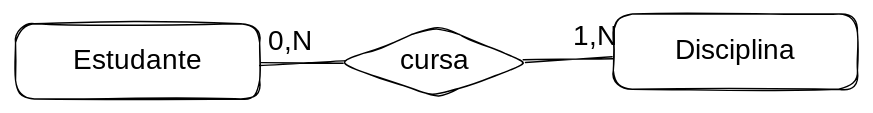
Before: .gitbook/assets/file.excalidraw (3).svg, a diagram exported from Excalidraw (francojoao/gb-banco-de-dados). Source tidied: one line per element, renumbered; positions are measured from the earlier drawing's top-left corner, leaving out a move shared by most shapes.
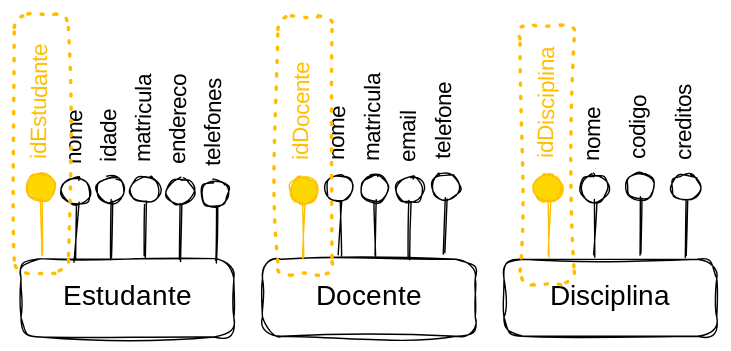
After the change.

The edit, as a diff of the source:
```diff
@@ -1,10 +1,54 @@
-{"id": 0, "type": "rectangle", "strokeColor": "#000000", "strokeWidth": 1, "roughness": 1, "round": true, "x": 0, "y": 7, "width": 175, "height": 54}
+{"id": 10, "type": "rectangle", "strokeColor": "#000000", "strokeWidth": 1, "roughness": 2, "round": true, "x": 349, "y": 202, "width": 152, "height": 56}
-{"id": 1, "type": "text", "text": "Estudante", "strokeColor": "#000000", "strokeWidth": 1, "roughness": 1, "fontSize": 20, "fontFamily": 1, "textAlign": "center", "verticalAlign": "middle", "inside": 0, "x": 35, "y": 22, "width": 105, "height": 23}
+{"id": 1, "type": "text", "text": "Estudante", "strokeColor": "#000000", "strokeWidth": 1, "roughness": 1, "fontSize": 20, "fontFamily": 1, "textAlign": "center", "verticalAlign": "middle", "inside": 10, "x": 372, "y": 217, "width": 105, "height": 25}
-{"id": 2, "type": "rectangle", "strokeColor": "#000000", "strokeWidth": 1, "roughness": 1, "round": true, "x": 428, "y": 0, "width": 175, "height": 54}
+{"id": 11, "type": "rectangle", "strokeColor": "#000000", "strokeWidth": 1, "roughness": 2, "round": true, "x": 521, "y": 202, "width": 152, "height": 55}
+{"id": 12, "type": "text", "text": "Docente", "strokeColor": "#000000", "strokeWidth": 1, "roughness": 1, "fontSize": 20, "fontFamily": 1, "textAlign": "center", "verticalAlign": "middle", "inside": 11, "x": 557, "y": 217, "width": 81, "height": 25}
+{"id": 13, "type": "rectangle", "strokeColor": "#000000", "strokeWidth": 1, "roughness": 2, "round": true, "x": 694, "y": 202, "width": 152, "height": 55}
-{"id": 3, "type": "text", "text": "Disciplina", "strokeColor": "#000000", "strokeWidth": 1, "roughness": 1, "fontSize": 20, "fontFamily": 1, "textAlign": "center", "verticalAlign": "middle", "inside": 2, "x": 472, "y": 15, "width": 89, "height": 23}
+{"id": 3, "type": "text", "text": "Disciplina", "strokeColor": "#000000", "strokeWidth": 1, "roughness": 1, "fontSize": 20, "fontFamily": 1, "textAlign": "center", "verticalAlign": "middle", "inside": 13, "x": 725, "y": 217, "width": 89, "height": 25}
-{"id": 4, "type": "diamond", "strokeColor": "#000000", "strokeWidth": 1, "roughness": 1, "round": true, "x": 232, "y": 8, "width": 136, "height": 52}
-{"id": 5, "type": "text", "text": "cursa", "strokeColor": "#000000", "strokeWidth": 1, "roughness": 1, "fontSize": 20, "fontFamily": 1, "textAlign": "center", "verticalAlign": "middle", "inside": 4, "x": 272, "y": 22, "width": 56, "height": 23}
-{"id": 6, "type": "line", "strokeColor": "#000000", "strokeWidth": 1, "roughness": 1, "round": true, "x": 175, "y": 36, "width": 61, "height": 1, "points": [[0, 0], [61, -1]]}
-{"id": 7, "type": "line", "strokeColor": "#000000", "strokeWidth": 1, "roughness": 1, "round": true, "x": 365, "y": 34, "width": 63, "height": 3, "points": [[0, 0], [63, -3]]}
-{"id": 8, "type": "text", "text": "0,N", "strokeColor": "#000000", "strokeWidth": 1, "roughness": 1, "fontSize": 20, "fontFamily": 1, "x": 181, "y": 8, "width": 34, "height": 25}
-{"id": 9, "type": "text", "text": "1,N", "strokeColor": "#000000", "strokeWidth": 1, "roughness": 1, "fontSize": 20, "fontFamily": 1, "x": 399, "y": 4, "width": 25, "height": 25}
+{"id": 14, "type": "ellipse", "strokeColor": "#ffbf00", "backgroundColor": "#ffd700", "fillStyle": "solid", "strokeWidth": 1, "roughness": 1, "round": true, "x": 353, "y": 141, "width": 20, "height": 19}
+{"id": 15, "type": "line", "strokeColor": "#ffbf00", "backgroundColor": "#ffd700", "fillStyle": "solid", "strokeWidth": 1, "roughness": 1, "round": true, "x": 364, "y": 159, "width": 1, "height": 40, "points": [[0, 0], [-1, 40]]}
+{"id": 16, "type": "text", "text": "idEstudante", "strokeColor": "#ffbf00", "angle": 4.73, "backgroundColor": "#ffd700", "fillStyle": "solid", "strokeWidth": 1, "roughness": 1, "fontSize": 16, "fontFamily": 1, "x": 314, "y": 72, "width": 97, "height": 20}
+{"id": 17, "type": "ellipse", "strokeColor": "#000000", "strokeWidth": 1, "roughness": 1, "round": true, "x": 378, "y": 144, "width": 20, "height": 19}
+{"id": 18, "type": "line", "strokeColor": "#000000", "backgroundColor": "#868e96", "fillStyle": "solid", "strokeWidth": 1, "roughness": 1, "round": true, "x": 389, "y": 162, "width": 1, "height": 40, "points": [[0, 0], [-1, 40]]}
+{"id": 19, "type": "text", "text": "nome", "strokeColor": "#000000", "angle": 4.73, "backgroundColor": "#868e96", "fillStyle": "solid", "strokeWidth": 1, "roughness": 1, "fontSize": 16, "fontFamily": 1, "x": 369, "y": 105, "width": 37, "height": 20}
+{"id": 20, "type": "ellipse", "strokeColor": "#000000", "strokeWidth": 1, "roughness": 1, "round": true, "x": 427, "y": 143, "width": 20, "height": 19}
+{"id": 21, "type": "line", "strokeColor": "#000000", "backgroundColor": "#868e96", "fillStyle": "solid", "strokeWidth": 1, "roughness": 1, "round": true, "x": 438, "y": 161, "width": 1, "height": 40, "points": [[0, 0], [-1, 40]]}
+{"id": 22, "type": "text", "text": "matricula", "strokeColor": "#000000", "angle": 4.73, "backgroundColor": "#868e96", "fillStyle": "solid", "strokeWidth": 1, "roughness": 1, "fontSize": 16, "fontFamily": 1, "x": 400, "y": 86, "width": 74, "height": 20}
+{"id": 23, "type": "ellipse", "strokeColor": "#000000", "strokeWidth": 1, "roughness": 1, "round": true, "x": 452, "y": 144, "width": 20, "height": 19}
+{"id": 24, "type": "line", "strokeColor": "#000000", "backgroundColor": "#868e96", "fillStyle": "solid", "strokeWidth": 1, "roughness": 1, "round": true, "x": 463, "y": 163, "width": 1, "height": 40, "points": [[0, 0], [-1, 40]]}
+{"id": 25, "type": "text", "text": "endereco", "strokeColor": "#000000", "angle": 4.73, "backgroundColor": "#868e96", "fillStyle": "solid", "strokeWidth": 1, "roughness": 1, "fontSize": 16, "fontFamily": 1, "x": 428, "y": 90, "width": 69, "height": 20}
+{"id": 26, "type": "ellipse", "strokeColor": "#000000", "strokeWidth": 1, "roughness": 1, "round": true, "x": 566, "y": 142, "width": 20, "height": 19}
+{"id": 27, "type": "line", "strokeColor": "#000000", "backgroundColor": "#868e96", "fillStyle": "solid", "strokeWidth": 1, "roughness": 1, "round": true, "x": 577, "y": 160, "width": 1, "height": 40, "points": [[0, 0], [-1, 40]]}
+{"id": 28, "type": "text", "text": "nome", "strokeColor": "#000000", "angle": 4.73, "backgroundColor": "#868e96", "fillStyle": "solid", "strokeWidth": 1, "roughness": 1, "fontSize": 16, "fontFamily": 1, "x": 557, "y": 103, "width": 37, "height": 20}
+{"id": 29, "type": "ellipse", "strokeColor": "#000000", "strokeWidth": 1, "roughness": 1, "round": true, "x": 591, "y": 142, "width": 20, "height": 19}
+{"id": 30, "type": "line", "strokeColor": "#000000", "backgroundColor": "#868e96", "fillStyle": "solid", "strokeWidth": 1, "roughness": 1, "round": true, "x": 602, "y": 160, "width": 1, "height": 40, "points": [[0, 0], [-1, 40]]}
+{"id": 31, "type": "text", "text": "matricula", "strokeColor": "#000000", "angle": 4.73, "backgroundColor": "#868e96", "fillStyle": "solid", "strokeWidth": 1, "roughness": 1, "fontSize": 16, "fontFamily": 1, "x": 564, "y": 85, "width": 74, "height": 20}
+{"id": 32, "type": "ellipse", "strokeColor": "#000000", "strokeWidth": 1, "roughness": 1, "round": true, "x": 642, "y": 140, "width": 20, "height": 19}
+{"id": 33, "type": "line", "strokeColor": "#000000", "backgroundColor": "#868e96", "fillStyle": "solid", "strokeWidth": 1, "roughness": 1, "round": true, "x": 653, "y": 159, "width": 1, "height": 40, "points": [[0, 0], [-1, 40]]}
+{"id": 34, "type": "text", "text": "telefone", "strokeColor": "#000000", "angle": 4.73, "backgroundColor": "#868e96", "fillStyle": "solid", "strokeWidth": 1, "roughness": 1, "fontSize": 16, "fontFamily": 1, "x": 619, "y": 87, "width": 66, "height": 20}
+{"id": 35, "type": "ellipse", "strokeColor": "#ffbf00", "backgroundColor": "#ffd700", "fillStyle": "solid", "strokeWidth": 1, "roughness": 1, "round": true, "x": 540, "y": 143, "width": 20, "height": 19}
+{"id": 36, "type": "line", "strokeColor": "#ffbf00", "backgroundColor": "#ffd700", "fillStyle": "solid", "strokeWidth": 1, "roughness": 1, "round": true, "x": 551, "y": 161, "width": 1, "height": 40, "points": [[0, 0], [-1, 40]]}
+{"id": 37, "type": "text", "text": "idDocente", "strokeColor": "#ffbf00", "angle": 4.73, "backgroundColor": "#ffd700", "fillStyle": "solid", "strokeWidth": 1, "roughness": 1, "fontSize": 16, "fontFamily": 1, "x": 511, "y": 82, "width": 78, "height": 20}
+{"id": 38, "type": "ellipse", "strokeColor": "#000000", "strokeWidth": 1, "roughness": 1, "round": true, "x": 748, "y": 142, "width": 20, "height": 19}
+{"id": 39, "type": "line", "strokeColor": "#000000", "backgroundColor": "#868e96", "fillStyle": "solid", "strokeWidth": 1, "roughness": 1, "round": true, "x": 759, "y": 160, "width": 1, "height": 40, "points": [[0, 0], [-1, 40]]}
+{"id": 40, "type": "text", "text": "nome", "strokeColor": "#000000", "angle": 4.73, "backgroundColor": "#868e96", "fillStyle": "solid", "strokeWidth": 1, "roughness": 1, "fontSize": 16, "fontFamily": 1, "x": 739, "y": 103, "width": 37, "height": 20}
+{"id": 41, "type": "ellipse", "strokeColor": "#000000", "strokeWidth": 1, "roughness": 1, "round": true, "x": 781, "y": 140, "width": 20, "height": 19}
+{"id": 42, "type": "line", "strokeColor": "#000000", "backgroundColor": "#868e96", "fillStyle": "solid", "strokeWidth": 1, "roughness": 1, "round": true, "x": 791, "y": 159, "width": 1, "height": 40, "points": [[0, 0], [-1, 40]]}
+{"id": 43, "type": "text", "text": "codigo", "strokeColor": "#000000", "angle": 4.73, "backgroundColor": "#868e96", "fillStyle": "solid", "strokeWidth": 1, "roughness": 1, "fontSize": 16, "fontFamily": 1, "x": 767, "y": 96, "width": 48, "height": 20}
+{"id": 44, "type": "ellipse", "strokeColor": "#ffbf00", "backgroundColor": "#ffd700", "fillStyle": "solid", "strokeWidth": 1, "roughness": 1, "round": true, "x": 715, "y": 141, "width": 20, "height": 19}
+{"id": 45, "type": "line", "strokeColor": "#ffbf00", "backgroundColor": "#ffd700", "fillStyle": "solid", "strokeWidth": 1, "roughness": 1, "round": true, "x": 726, "y": 160, "width": 1, "height": 40, "points": [[0, 0], [-1, 40]]}
+{"id": 46, "type": "text", "text": "idDisciplina", "strokeColor": "#ffbf00", "angle": 4.73, "backgroundColor": "#ffd700", "fillStyle": "solid", "strokeWidth": 1, "roughness": 1, "fontSize": 16, "fontFamily": 1, "x": 683, "y": 77, "width": 85, "height": 20}
+{"id": 47, "type": "ellipse", "strokeColor": "#000000", "strokeWidth": 1, "roughness": 1, "round": true, "x": 813, "y": 141, "width": 20, "height": 19}
+{"id": 48, "type": "line", "strokeColor": "#000000", "backgroundColor": "#868e96", "fillStyle": "solid", "strokeWidth": 1, "roughness": 1, "round": true, "x": 824, "y": 160, "width": 1, "height": 40, "points": [[0, 0], [-1, 40]]}
+{"id": 49, "type": "text", "text": "creditos", "strokeColor": "#000000", "angle": 4.73, "backgroundColor": "#868e96", "fillStyle": "solid", "strokeWidth": 1, "roughness": 1, "fontSize": 16, "fontFamily": 1, "x": 791, "y": 89, "width": 65, "height": 20}
+{"id": 50, "type": "ellipse", "strokeColor": "#000000", "strokeWidth": 1, "roughness": 1, "round": true, "x": 617, "y": 143, "width": 20, "height": 19}
+{"id": 51, "type": "line", "strokeColor": "#000000", "backgroundColor": "#868e96", "fillStyle": "solid", "strokeWidth": 1, "roughness": 1, "round": true, "x": 627, "y": 161, "width": 1, "height": 40, "points": [[0, 0], [-1, 40]]}
+{"id": 52, "type": "text", "text": "email", "strokeColor": "#000000", "angle": 4.73, "backgroundColor": "#868e96", "fillStyle": "solid", "strokeWidth": 1, "roughness": 1, "fontSize": 16, "fontFamily": 1, "x": 607, "y": 103, "width": 39, "height": 20}
+{"id": 53, "type": "ellipse", "strokeColor": "#000000", "strokeWidth": 1, "roughness": 1, "round": true, "x": 477, "y": 146, "width": 20, "height": 19}
+{"id": 54, "type": "line", "strokeColor": "#000000", "backgroundColor": "#868e96", "fillStyle": "solid", "strokeWidth": 1, "roughness": 1, "round": true, "x": 488, "y": 164, "width": 1, "height": 40, "points": [[0, 0], [-1, 40]]}
+{"id": 55, "type": "text", "text": "telefones", "strokeColor": "#000000", "angle": 4.73, "backgroundColor": "#868e96", "fillStyle": "solid", "strokeWidth": 1, "roughness": 1, "fontSize": 16, "fontFamily": 1, "x": 450, "y": 89, "width": 74, "height": 20}
+{"id": 56, "type": "ellipse", "strokeColor": "#000000", "strokeWidth": 1, "roughness": 1, "round": true, "x": 403, "y": 143, "width": 20, "height": 19}
+{"id": 57, "type": "line", "strokeColor": "#000000", "backgroundColor": "#868e96", "fillStyle": "solid", "strokeWidth": 1, "roughness": 1, "round": true, "x": 413, "y": 161, "width": 1, "height": 40, "points": [[0, 0], [-1, 40]]}
+{"id": 58, "type": "text", "text": "idade", "strokeColor": "#000000", "angle": 4.73, "backgroundColor": "#868e96", "fillStyle": "solid", "strokeWidth": 1, "roughness": 1, "fontSize": 16, "fontFamily": 1, "x": 391, "y": 101, "width": 43, "height": 20}
+{"id": 59, "type": "rectangle", "strokeColor": "#ffbf00", "strokeWidth": 2, "strokeStyle": "dotted", "roughness": 2, "round": true, "x": 344, "y": 27, "width": 39, "height": 185}
+{"id": 60, "type": "rectangle", "strokeColor": "#ffbf00", "strokeWidth": 2, "strokeStyle": "dotted", "roughness": 2, "round": true, "x": 532, "y": 28, "width": 39, "height": 185}
+{"id": 61, "type": "rectangle", "strokeColor": "#ffbf00", "strokeWidth": 2, "strokeStyle": "dotted", "roughness": 2, "round": true, "x": 705, "y": 35, "width": 39, "height": 185}
```
